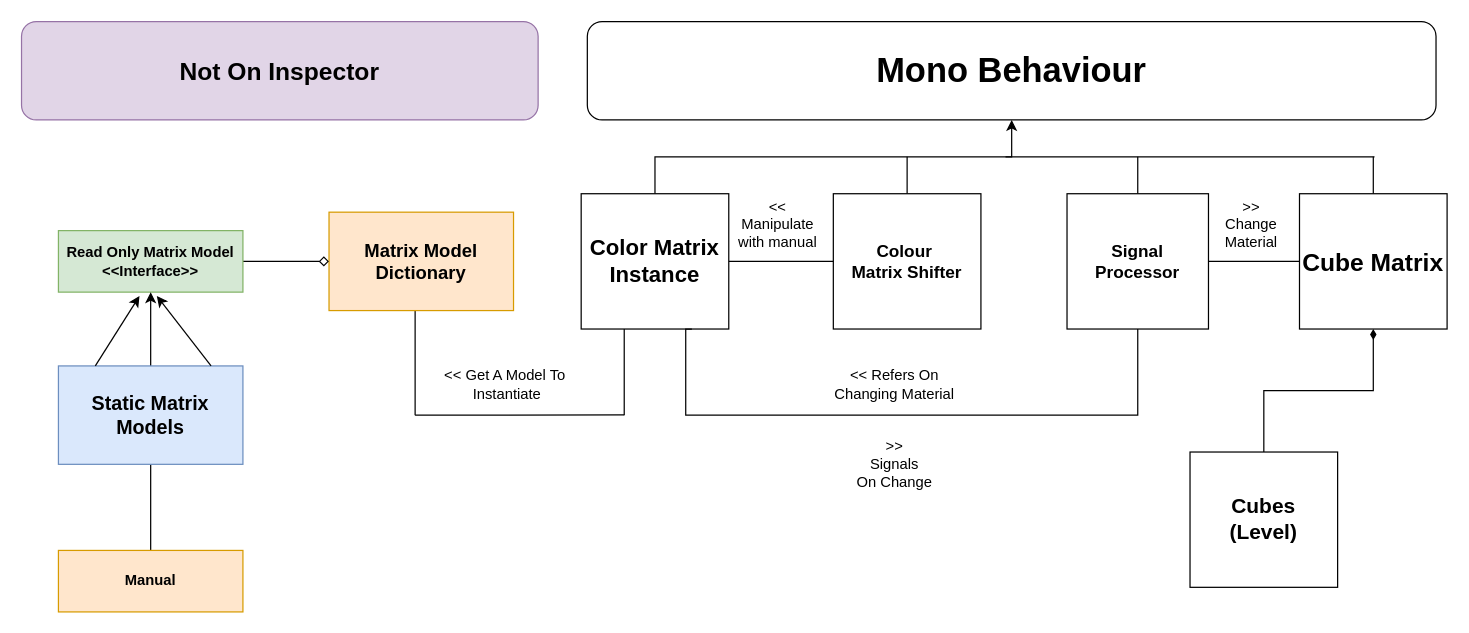
Above: class_diagram_maybe.drawio in uirdp/Bit-Summit-Project (draw.io), before the change. Source tidied: cells renumbered, new cells numbered last; positions are measured from the earlier drawing's top-left corner, leaving out a move shared by most shapes. Both pictures are drawn from the tidied source at 123%, with x=0, y=0 at pixel (21, 21).
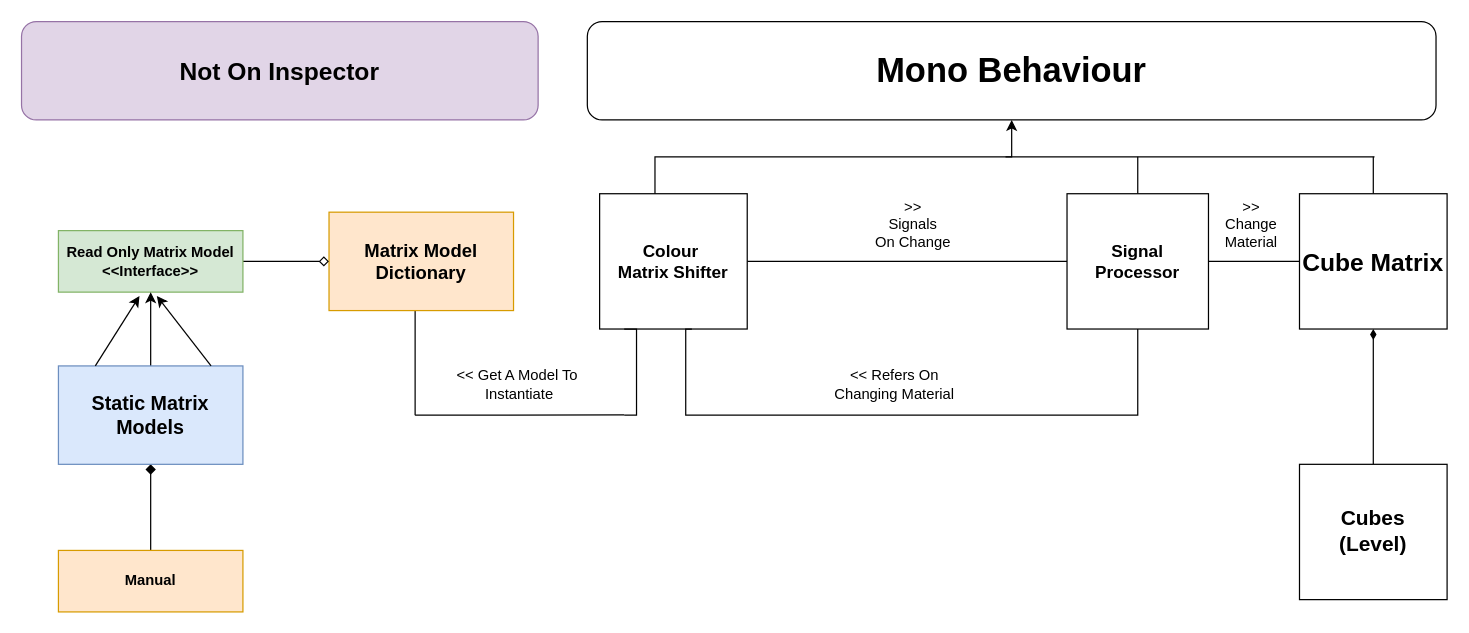
The same diagram, later.

The change refers to these unchanged cells:
```xml
<mxCell id="2" value="&lt;font size=&quot;1&quot;&gt;&lt;b style=&quot;font-size: 28px;&quot;&gt;Mono Behaviour&lt;/b&gt;&lt;/font&gt;" style="rounded=1;whiteSpace=wrap;html=1;" parent="1" vertex="1">
  <mxGeometry x="460" width="690" height="80" as="geometry" />
</mxCell>
<mxCell id="12" value="&lt;font style=&quot;font-size: 14px;&quot;&gt;&lt;b&gt;Signal Processor&lt;/b&gt;&lt;/font&gt;" style="rounded=0;whiteSpace=wrap;html=1;" parent="1" vertex="1">
  <mxGeometry x="850" y="140" width="115" height="110" as="geometry" />
</mxCell>
<mxCell id="27" value="&lt;font style=&quot;font-size: 16px;&quot;&gt;&lt;b&gt;Static Matrix Models&lt;br&gt;&lt;/b&gt;&lt;/font&gt;" style="rounded=0;whiteSpace=wrap;html=1;fillColor=#dae8fc;strokeColor=#6c8ebf;" parent="1" vertex="1">
  <mxGeometry x="30" y="280" width="150" height="80" as="geometry" />
</mxCell>
<mxCell id="28" value="&lt;b&gt;Manual&lt;/b&gt;" style="rounded=0;whiteSpace=wrap;html=1;fillColor=#ffe6cc;strokeColor=#d79b00;" parent="1" vertex="1">
  <mxGeometry x="30" y="430" width="150" height="50" as="geometry" />
</mxCell>
```

The edit, as a diff of the source:
```diff
@@
-    <mxCell id="3" style="edgeStyle=orthogonalEdgeStyle;rounded=0;jettySize=auto;html=1;endArrow=none;endFill=0;" parent="1" edge="1" source="4">
-      <mxGeometry relative="1" as="geometry">
-        <mxPoint x="720" y="110" as="targetPoint" />
-      </mxGeometry>
-    </mxCell>
+    <mxCell id="35" style="edgeStyle=orthogonalEdgeStyle;rounded=0;jettySize=auto;html=1;entryX=0;entryY=0.5;entryDx=0;entryDy=0;endArrow=none;endFill=0;" parent="1" edge="1" source="4" target="12">
+      <mxGeometry relative="1" as="geometry" />
+    </mxCell>
     <mxCell id="4" value="&lt;div&gt;&lt;b&gt;&lt;font style=&quot;font-size: 14px;&quot;&gt;Colour&amp;nbsp;&lt;/font&gt;&lt;/b&gt;&lt;/div&gt;&lt;div&gt;&lt;b&gt;&lt;font style=&quot;font-size: 14px;&quot;&gt;Matrix Shifter&lt;/font&gt;&lt;/b&gt;&lt;/div&gt;" style="rounded=0;whiteSpace=wrap;html=1;" parent="1" vertex="1">
-      <mxGeometry x="660" y="140" width="120" height="110" as="geometry" />
+      <mxGeometry x="470" y="140" width="120" height="110" as="geometry" />
     </mxCell>
-    <mxCell id="5" style="edgeStyle=orthogonalEdgeStyle;rounded=0;jettySize=auto;html=1;exitX=0.5;exitY=0;exitDx=0;exitDy=0;entryX=0.5;entryY=1;entryDx=0;entryDy=0;" parent="1" edge="1" source="8" target="2">
+    <mxCell id="5" style="edgeStyle=orthogonalEdgeStyle;rounded=0;jettySize=auto;html=1;exitX=0.5;exitY=0;exitDx=0;exitDy=0;entryX=0.5;entryY=1;entryDx=0;entryDy=0;" parent="1" edge="1" target="2">
       <mxGeometry relative="1" as="geometry">
+        <mxPoint x="515" y="140" as="sourcePoint" />
         <Array as="points">
           <mxPoint x="515" y="110" />
           <mxPoint x="805" y="110" />
         </Array>
       </mxGeometry>
     </mxCell>
-    <mxCell id="6" style="edgeStyle=orthogonalEdgeStyle;rounded=0;jettySize=auto;html=1;endArrow=none;endFill=0;" parent="1" edge="1" source="8" target="4">
-      <mxGeometry relative="1" as="geometry" />
-    </mxCell>
     <mxCell id="7" style="edgeStyle=orthogonalEdgeStyle;rounded=0;orthogonalLoop=1;jettySize=auto;html=1;endArrow=none;endFill=0;" parent="1" edge="1">
       <mxGeometry relative="1" as="geometry">
-        <mxPoint x="490" y="240" as="sourcePoint" />
+        <mxPoint x="490" y="250" as="sourcePoint" />
         <mxPoint x="490" y="320" as="targetPoint" />
+        <Array as="points">
+          <mxPoint x="500" y="250" />
+          <mxPoint x="500" y="320" />
+        </Array>
       </mxGeometry>
     </mxCell>
-    <mxCell id="8" value="&lt;font style=&quot;font-size: 18px;&quot;&gt;&lt;b&gt;Color Matrix Instance&lt;/b&gt;&lt;/font&gt;" style="rounded=0;whiteSpace=wrap;html=1;" parent="1" vertex="1">
-      <mxGeometry x="455" y="140" width="120" height="110" as="geometry" />
-    </mxCell>
@@
-    <mxCell id="10" style="edgeStyle=orthogonalEdgeStyle;rounded=0;jettySize=auto;html=1;entryX=0.75;entryY=1;entryDx=0;entryDy=0;endArrow=none;endFill=0;" parent="1" edge="1" source="12" target="8">
+    <mxCell id="10" style="edgeStyle=orthogonalEdgeStyle;rounded=0;jettySize=auto;html=1;entryX=0.75;entryY=1;entryDx=0;entryDy=0;endArrow=none;endFill=0;" parent="1" edge="1" source="12">
       <mxGeometry relative="1" as="geometry">
+        <mxPoint x="545" y="250" as="targetPoint" />
         <Array as="points">
           <mxPoint x="908" y="320" />
           <mxPoint x="540" y="320" />
           <mxPoint x="540" y="250" />
         </Array>
       </mxGeometry>
     </mxCell>
@@
-    <mxCell id="16" value="&lt;div&gt;&amp;lt;&amp;lt;&lt;/div&gt;&lt;div&gt;Manipulate&lt;/div&gt;&lt;div&gt;with manual&lt;br&gt;&lt;/div&gt;" style="text;html=1;strokeColor=none;fillColor=none;align=center;verticalAlign=middle;whiteSpace=wrap;rounded=0;" parent="1" vertex="1">
-      <mxGeometry x="580" y="130" width="70" height="70" as="geometry" />
-    </mxCell>
     <mxCell id="17" value="&lt;div&gt;&amp;gt;&amp;gt;&lt;/div&gt;&lt;div&gt;Signals&lt;/div&gt;&lt;div&gt;On Change&lt;br&gt;&lt;/div&gt;" style="text;html=1;strokeColor=none;fillColor=none;align=center;verticalAlign=middle;whiteSpace=wrap;rounded=0;" parent="1" vertex="1">
-      <mxGeometry x="675" y="325" width="70" height="70" as="geometry" />
+      <mxGeometry x="690" y="130" width="70" height="70" as="geometry" />
     </mxCell>
@@
-    <mxCell id="26" style="edgeStyle=orthogonalEdgeStyle;rounded=0;jettySize=auto;html=1;entryX=0.5;entryY=0;entryDx=0;entryDy=0;endArrow=none;endFill=0;" parent="1" edge="1" source="27" target="28">
+    <mxCell id="26" style="edgeStyle=orthogonalEdgeStyle;rounded=0;jettySize=auto;html=1;entryX=0.5;entryY=0;entryDx=0;entryDy=0;endArrow=none;endFill=0;startArrow=diamond;startFill=1;" parent="1" edge="1" source="27" target="28">
       <mxGeometry relative="1" as="geometry" />
     </mxCell>
@@
     <mxCell id="32" value="&lt;div&gt;&amp;lt;&amp;lt; Get A Model To&amp;nbsp;&lt;/div&gt;&lt;div&gt;Instantiate &lt;br&gt;&lt;/div&gt;" style="text;html=1;strokeColor=none;fillColor=none;align=center;verticalAlign=middle;whiteSpace=wrap;rounded=0;" parent="1" vertex="1">
-      <mxGeometry x="290" y="265" width="210" height="60" as="geometry" />
+      <mxGeometry x="300" y="265" width="210" height="60" as="geometry" />
     </mxCell>
@@
     <mxCell id="34" value="&lt;div style=&quot;font-size: 17px;&quot;&gt;&lt;font style=&quot;font-size: 17px;&quot;&gt;&lt;b&gt;Cubes&lt;/b&gt;&lt;/font&gt;&lt;/div&gt;&lt;div style=&quot;font-size: 17px;&quot;&gt;&lt;font style=&quot;font-size: 17px;&quot;&gt;&lt;b&gt;&lt;font style=&quot;font-size: 17px;&quot;&gt;(Level)&lt;/font&gt;&lt;br&gt;&lt;/b&gt;&lt;/font&gt;&lt;/div&gt;" style="rounded=0;whiteSpace=wrap;html=1;" parent="1" vertex="1">
-      <mxGeometry x="950" y="350" width="120" height="110" as="geometry" />
+      <mxGeometry x="1039" y="360" width="120" height="110" as="geometry" />
     </mxCell>
```
